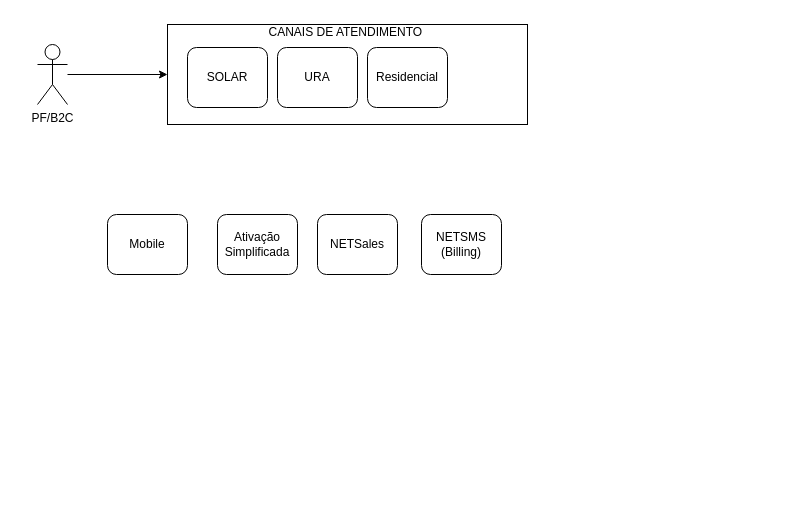
This is page "Prospect PF" (1 of 3) of 100574 - Nova forma de comercializar produto (Preço Anual).drawio from samirali/ClaroBrasil, a draw.io file, before an edit. Source tidied: cells renumbered, new cells numbered last; positions are measured from the earlier drawing's top-left corner, leaving out a move shared by most shapes. Both pictures are drawn from the tidied source at 100%, with x=0, y=0 at pixel (37, 17).
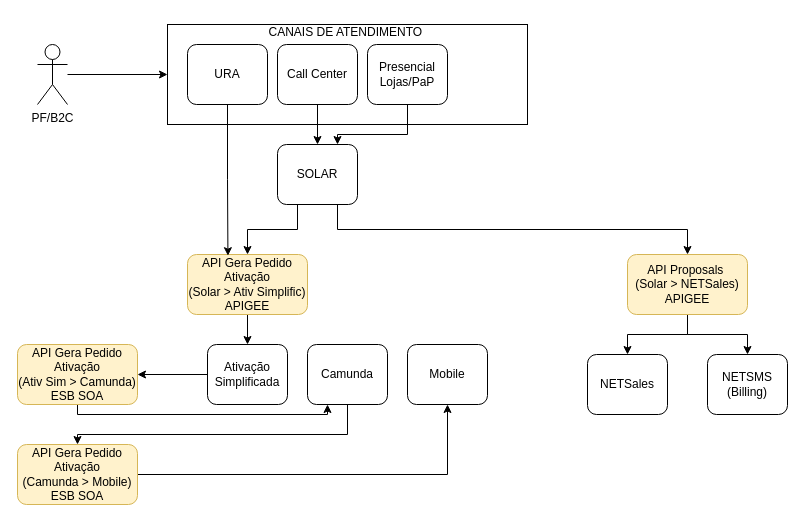
The same diagram, later.

Diff of the diagram source:
```diff
@@
+    <mxCell id="13" style="edgeStyle=orthogonalEdgeStyle;rounded=0;jettySize=auto;html=1;entryX=0.5;entryY=0;entryDx=0;entryDy=0;exitX=0.75;exitY=1;exitDx=0;exitDy=0;" parent="1" edge="1" source="3" target="22">
+      <mxGeometry relative="1" as="geometry" />
+    </mxCell>
+    <mxCell id="14" style="edgeStyle=orthogonalEdgeStyle;rounded=0;jettySize=auto;html=1;exitX=0.25;exitY=1;exitDx=0;exitDy=0;" parent="1" edge="1" source="3" target="24">
+      <mxGeometry relative="1" as="geometry" />
+    </mxCell>
     <mxCell id="3" value="SOLAR" style="rounded=1;whiteSpace=wrap;html=1;" parent="1" vertex="1">
-      <mxGeometry x="150" y="30" width="80" height="60" as="geometry" />
+      <mxGeometry x="240" y="127" width="80" height="60" as="geometry" />
     </mxCell>
@@
     <mxCell id="7" value="URA" style="rounded=1;whiteSpace=wrap;html=1;" parent="1" vertex="1">
-      <mxGeometry x="240" y="30" width="80" height="60" as="geometry" />
+      <mxGeometry x="150" y="27" width="80" height="60" as="geometry" />
     </mxCell>
-    <mxCell id="8" value="Residencial" style="rounded=1;whiteSpace=wrap;html=1;" parent="1" vertex="1">
-      <mxGeometry x="330" y="30" width="80" height="60" as="geometry" />
-    </mxCell>
     <mxCell id="9" value="NETSales" style="rounded=1;whiteSpace=wrap;html=1;" parent="1" vertex="1">
-      <mxGeometry x="280" y="197" width="80" height="60" as="geometry" />
+      <mxGeometry x="550" y="337" width="80" height="60" as="geometry" />
     </mxCell>
+    <mxCell id="15" style="edgeStyle=orthogonalEdgeStyle;rounded=0;jettySize=auto;html=1;" parent="1" edge="1" source="10" target="26">
+      <mxGeometry relative="1" as="geometry" />
+    </mxCell>
     <mxCell id="10" value="Ativação Simplificada" style="rounded=1;whiteSpace=wrap;html=1;" parent="1" vertex="1">
-      <mxGeometry x="180" y="197" width="80" height="60" as="geometry" />
+      <mxGeometry x="170" y="327" width="80" height="60" as="geometry" />
     </mxCell>
     <mxCell id="11" value="Mobile" style="rounded=1;whiteSpace=wrap;html=1;" parent="1" vertex="1">
-      <mxGeometry x="70" y="197" width="80" height="60" as="geometry" />
+      <mxGeometry x="370" y="327" width="80" height="60" as="geometry" />
     </mxCell>
     <mxCell id="12" value="NETSMS (Billing)" style="rounded=1;whiteSpace=wrap;html=1;" parent="1" vertex="1">
-      <mxGeometry x="384" y="197" width="80" height="60" as="geometry" />
+      <mxGeometry x="670" y="337" width="80" height="60" as="geometry" />
     </mxCell>
+    <mxCell id="16" style="edgeStyle=orthogonalEdgeStyle;rounded=0;jettySize=auto;html=1;entryX=0.5;entryY=0;entryDx=0;entryDy=0;" parent="1" edge="1" source="17" target="3">
+      <mxGeometry relative="1" as="geometry" />
+    </mxCell>
+    <mxCell id="17" value="Call Center" style="rounded=1;whiteSpace=wrap;html=1;" parent="1" vertex="1">
+      <mxGeometry x="240" y="27" width="80" height="60" as="geometry" />
+    </mxCell>
+    <mxCell id="18" style="edgeStyle=orthogonalEdgeStyle;rounded=0;jettySize=auto;html=1;entryX=0.75;entryY=0;entryDx=0;entryDy=0;" parent="1" edge="1" source="19" target="3">
+      <mxGeometry relative="1" as="geometry">
+        <Array as="points">
+          <mxPoint x="370" y="117" />
+          <mxPoint x="300" y="117" />
+        </Array>
+      </mxGeometry>
+    </mxCell>
+    <mxCell id="19" value="Presencial Lojas/PaP" style="rounded=1;whiteSpace=wrap;html=1;" parent="1" vertex="1">
+      <mxGeometry x="330" y="27" width="80" height="60" as="geometry" />
+    </mxCell>
+    <mxCell id="20" style="edgeStyle=orthogonalEdgeStyle;rounded=0;jettySize=auto;html=1;entryX=0.5;entryY=0;entryDx=0;entryDy=0;" parent="1" edge="1" source="22" target="9">
+      <mxGeometry relative="1" as="geometry" />
+    </mxCell>
+    <mxCell id="21" style="edgeStyle=orthogonalEdgeStyle;rounded=0;jettySize=auto;html=1;entryX=0.5;entryY=0;entryDx=0;entryDy=0;" parent="1" edge="1" source="22" target="12">
+      <mxGeometry relative="1" as="geometry" />
+    </mxCell>
+    <mxCell id="22" value="API Proposals&amp;nbsp;&lt;div&gt;(Solar &amp;gt; NETSales)&lt;/div&gt;&lt;div&gt;APIGEE&lt;/div&gt;" style="rounded=1;whiteSpace=wrap;html=1;fillColor=#fff2cc;strokeColor=#d6b656;" parent="1" vertex="1">
+      <mxGeometry x="590" y="237" width="120" height="60" as="geometry" />
+    </mxCell>
+    <mxCell id="23" style="edgeStyle=orthogonalEdgeStyle;rounded=0;jettySize=auto;html=1;entryX=0.5;entryY=0;entryDx=0;entryDy=0;" parent="1" edge="1" source="24" target="10">
+      <mxGeometry relative="1" as="geometry" />
+    </mxCell>
+    <mxCell id="24" value="API Gera Pedido Ativação&lt;div&gt;(Solar &amp;gt; Ativ Simplific)&lt;/div&gt;&lt;div&gt;APIGEE&lt;/div&gt;" style="rounded=1;whiteSpace=wrap;html=1;fillColor=#fff2cc;strokeColor=#d6b656;" parent="1" vertex="1">
+      <mxGeometry x="150" y="237" width="120" height="60" as="geometry" />
+    </mxCell>
+    <mxCell id="25" style="edgeStyle=orthogonalEdgeStyle;rounded=0;jettySize=auto;html=1;entryX=0.25;entryY=1;entryDx=0;entryDy=0;" parent="1" edge="1" source="26" target="28">
+      <mxGeometry relative="1" as="geometry">
+        <Array as="points">
+          <mxPoint x="40" y="397" />
+          <mxPoint x="290" y="397" />
+        </Array>
+      </mxGeometry>
+    </mxCell>
+    <mxCell id="26" value="API Gera Pedido Ativação&lt;div&gt;(Ativ Sim &amp;gt; Camunda)&lt;/div&gt;&lt;div&gt;ESB SOA&lt;/div&gt;" style="rounded=1;whiteSpace=wrap;html=1;fillColor=#fff2cc;strokeColor=#d6b656;" parent="1" vertex="1">
+      <mxGeometry x="-20" y="327" width="120" height="60" as="geometry" />
+    </mxCell>
+    <mxCell id="27" style="edgeStyle=orthogonalEdgeStyle;rounded=0;jettySize=auto;html=1;entryX=0.5;entryY=0;entryDx=0;entryDy=0;" parent="1" edge="1" source="28" target="30">
+      <mxGeometry relative="1" as="geometry">
+        <Array as="points">
+          <mxPoint x="310" y="417" />
+          <mxPoint x="40" y="417" />
+        </Array>
+      </mxGeometry>
+    </mxCell>
+    <mxCell id="28" value="Camunda" style="rounded=1;whiteSpace=wrap;html=1;" parent="1" vertex="1">
+      <mxGeometry x="270" y="327" width="80" height="60" as="geometry" />
+    </mxCell>
+    <mxCell id="29" style="edgeStyle=orthogonalEdgeStyle;rounded=0;jettySize=auto;html=1;entryX=0.5;entryY=1;entryDx=0;entryDy=0;" parent="1" edge="1" source="30" target="11">
+      <mxGeometry relative="1" as="geometry" />
+    </mxCell>
+    <mxCell id="30" value="API Gera Pedido Ativação&lt;div&gt;(Camunda &amp;gt; Mobile)&lt;/div&gt;&lt;div&gt;ESB SOA&lt;/div&gt;" style="rounded=1;whiteSpace=wrap;html=1;fillColor=#fff2cc;strokeColor=#d6b656;" parent="1" vertex="1">
+      <mxGeometry x="-20" y="427" width="120" height="60" as="geometry" />
+    </mxCell>
+    <mxCell id="31" style="edgeStyle=orthogonalEdgeStyle;rounded=0;jettySize=auto;html=1;entryX=0.337;entryY=0.02;entryDx=0;entryDy=0;entryPerimeter=0;" parent="1" edge="1" source="7" target="24">
+      <mxGeometry relative="1" as="geometry" />
+    </mxCell>
```
